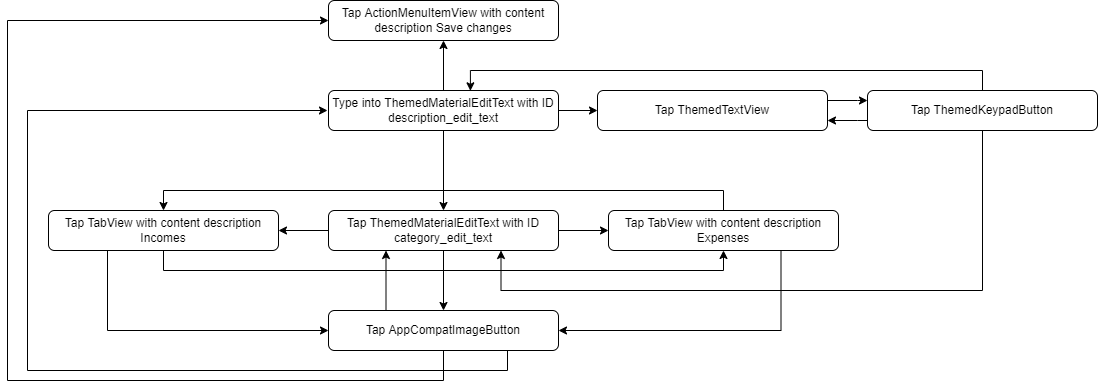
This is cs409_progress_report/p1.png from MirrorChu/Photos, a draw.io export, as it was before one commit. Source tidied: cells renumbered, new cells last; positions are measured from the earlier drawing's top-left corner, leaving out a move shared by most shapes. Source of this version:
```xml
<mxGraphModel>
  <root>
    <mxCell id="0" />
    <mxCell id="1" parent="0" />
    <mxCell id="2" style="edgeStyle=orthogonalEdgeStyle;rounded=0;jettySize=auto;html=1;entryX=1;entryY=0.75;entryDx=0;entryDy=0;fontSize=12;" parent="1" edge="1" source="5" target="26">
      <mxGeometry relative="1" as="geometry">
        <Array as="points">
          <mxPoint x="850" y="120" />
          <mxPoint x="850" y="120" />
        </Array>
      </mxGeometry>
    </mxCell>
    <mxCell id="3" style="edgeStyle=orthogonalEdgeStyle;rounded=0;jettySize=auto;html=1;entryX=0.617;entryY=0.008;entryDx=0;entryDy=0;entryPerimeter=0;fontSize=12;" parent="1" edge="1" source="5" target="10">
      <mxGeometry relative="1" as="geometry">
        <Array as="points">
          <mxPoint x="975" y="70" />
          <mxPoint x="463" y="70" />
        </Array>
      </mxGeometry>
    </mxCell>
    <mxCell id="4" style="edgeStyle=orthogonalEdgeStyle;rounded=0;jettySize=auto;html=1;entryX=0.75;entryY=1;entryDx=0;entryDy=0;fontSize=12;" parent="1" edge="1" source="5" target="14">
      <mxGeometry relative="1" as="geometry">
        <Array as="points">
          <mxPoint x="975" y="290" />
          <mxPoint x="494" y="290" />
        </Array>
      </mxGeometry>
    </mxCell>
    <mxCell id="5" value="Tap ThemedKeypadButton" style="rounded=1;whiteSpace=wrap;html=1;fontSize=12;glass=0;strokeWidth=1;shadow=0;" parent="1" vertex="1">
      <mxGeometry x="860" y="90" width="230" height="40" as="geometry" />
    </mxCell>
    <mxCell id="6" value="Tap ActionMenuItemView with content description Save changes" style="rounded=1;whiteSpace=wrap;html=1;fontSize=12;glass=0;strokeWidth=1;shadow=0;" parent="1" vertex="1">
      <mxGeometry x="321" width="230" height="40" as="geometry" />
    </mxCell>
    <mxCell id="7" style="edgeStyle=orthogonalEdgeStyle;rounded=0;jettySize=auto;html=1;entryX=0.5;entryY=1;entryDx=0;entryDy=0;fontSize=12;" parent="1" edge="1" source="10" target="6">
      <mxGeometry relative="1" as="geometry" />
    </mxCell>
    <mxCell id="8" style="edgeStyle=orthogonalEdgeStyle;rounded=0;jettySize=auto;html=1;entryX=0;entryY=0.5;entryDx=0;entryDy=0;fontSize=12;" parent="1" edge="1" source="10" target="26">
      <mxGeometry relative="1" as="geometry" />
    </mxCell>
    <mxCell id="9" style="edgeStyle=orthogonalEdgeStyle;rounded=0;jettySize=auto;html=1;entryX=0.5;entryY=0;entryDx=0;entryDy=0;fontSize=12;" parent="1" edge="1" source="10" target="14">
      <mxGeometry relative="1" as="geometry" />
    </mxCell>
    <mxCell id="10" value="Type into ThemedMaterialEditText with ID description_edit_text" style="rounded=1;whiteSpace=wrap;html=1;fontSize=12;glass=0;strokeWidth=1;shadow=0;" parent="1" vertex="1">
      <mxGeometry x="321" y="90" width="230" height="40" as="geometry" />
    </mxCell>
    <mxCell id="11" style="edgeStyle=orthogonalEdgeStyle;rounded=0;jettySize=auto;html=1;fontSize=12;" parent="1" edge="1" source="14" target="17">
      <mxGeometry relative="1" as="geometry" />
    </mxCell>
    <mxCell id="12" style="edgeStyle=orthogonalEdgeStyle;rounded=0;jettySize=auto;html=1;entryX=0;entryY=0.5;entryDx=0;entryDy=0;fontSize=12;" parent="1" edge="1" source="14" target="20">
      <mxGeometry relative="1" as="geometry" />
    </mxCell>
    <mxCell id="13" style="edgeStyle=orthogonalEdgeStyle;rounded=0;jettySize=auto;html=1;entryX=0.5;entryY=0;entryDx=0;entryDy=0;fontSize=12;" parent="1" edge="1" source="14" target="24">
      <mxGeometry relative="1" as="geometry" />
    </mxCell>
    <mxCell id="14" value="Tap ThemedMaterialEditText with ID category_edit_text" style="rounded=1;whiteSpace=wrap;html=1;fontSize=12;glass=0;strokeWidth=1;shadow=0;" parent="1" vertex="1">
      <mxGeometry x="321" y="210" width="230" height="40" as="geometry" />
    </mxCell>
    <mxCell id="15" style="edgeStyle=orthogonalEdgeStyle;rounded=0;jettySize=auto;html=1;fontSize=12;exitX=0.5;exitY=1;exitDx=0;exitDy=0;entryX=0.5;entryY=1;entryDx=0;entryDy=0;" parent="1" edge="1" source="17" target="20">
      <mxGeometry relative="1" as="geometry">
        <Array as="points">
          <mxPoint x="156" y="270" />
          <mxPoint x="716" y="270" />
        </Array>
      </mxGeometry>
    </mxCell>
    <mxCell id="16" style="edgeStyle=orthogonalEdgeStyle;rounded=0;jettySize=auto;html=1;entryX=0;entryY=0.5;entryDx=0;entryDy=0;fontSize=12;" parent="1" edge="1" source="17" target="24">
      <mxGeometry relative="1" as="geometry">
        <Array as="points">
          <mxPoint x="100" y="330" />
        </Array>
      </mxGeometry>
    </mxCell>
    <mxCell id="17" value="Tap TabView with content description Incomes" style="rounded=1;whiteSpace=wrap;html=1;fontSize=12;glass=0;strokeWidth=1;shadow=0;" parent="1" vertex="1">
      <mxGeometry x="41" y="210" width="230" height="40" as="geometry" />
    </mxCell>
    <mxCell id="18" style="edgeStyle=orthogonalEdgeStyle;rounded=0;jettySize=auto;html=1;entryX=0.5;entryY=0;entryDx=0;entryDy=0;fontSize=12;exitX=0.5;exitY=0;exitDx=0;exitDy=0;" parent="1" edge="1" source="20" target="17">
      <mxGeometry relative="1" as="geometry" />
    </mxCell>
    <mxCell id="19" style="edgeStyle=orthogonalEdgeStyle;rounded=0;jettySize=auto;html=1;entryX=1;entryY=0.5;entryDx=0;entryDy=0;fontSize=12;exitX=0.75;exitY=1;exitDx=0;exitDy=0;" parent="1" edge="1" source="20" target="24">
      <mxGeometry relative="1" as="geometry" />
    </mxCell>
    <mxCell id="20" value="Tap TabView with content description Expenses" style="rounded=1;whiteSpace=wrap;html=1;fontSize=12;glass=0;strokeWidth=1;shadow=0;" parent="1" vertex="1">
      <mxGeometry x="601" y="210" width="230" height="40" as="geometry" />
    </mxCell>
    <mxCell id="21" style="edgeStyle=orthogonalEdgeStyle;rounded=0;jettySize=auto;html=1;entryX=0;entryY=0.5;entryDx=0;entryDy=0;fontSize=12;" parent="1" edge="1" source="24" target="6">
      <mxGeometry relative="1" as="geometry">
        <Array as="points">
          <mxPoint x="436" y="380" />
          <mxPoint y="380" />
          <mxPoint y="20" />
        </Array>
      </mxGeometry>
    </mxCell>
    <mxCell id="22" style="edgeStyle=orthogonalEdgeStyle;rounded=0;jettySize=auto;html=1;exitX=0.75;exitY=1;exitDx=0;exitDy=0;fontSize=12;" parent="1" edge="1" source="24">
      <mxGeometry relative="1" as="geometry">
        <mxPoint x="320" y="110" as="targetPoint" />
        <Array as="points">
          <mxPoint x="500" y="350" />
          <mxPoint x="500" y="370" />
          <mxPoint x="20" y="370" />
          <mxPoint x="20" y="110" />
        </Array>
      </mxGeometry>
    </mxCell>
    <mxCell id="23" style="edgeStyle=orthogonalEdgeStyle;rounded=0;jettySize=auto;html=1;exitX=0.25;exitY=0;exitDx=0;exitDy=0;entryX=0.25;entryY=1;entryDx=0;entryDy=0;fontSize=12;" parent="1" edge="1" source="24" target="14">
      <mxGeometry relative="1" as="geometry" />
    </mxCell>
    <mxCell id="24" value="Tap AppCompatImageButton" style="rounded=1;whiteSpace=wrap;html=1;fontSize=12;glass=0;strokeWidth=1;shadow=0;" parent="1" vertex="1">
      <mxGeometry x="321" y="310" width="230" height="40" as="geometry" />
    </mxCell>
    <mxCell id="25" style="edgeStyle=orthogonalEdgeStyle;rounded=0;jettySize=auto;html=1;entryX=0;entryY=0.25;entryDx=0;entryDy=0;fontSize=12;" parent="1" edge="1" source="26" target="5">
      <mxGeometry relative="1" as="geometry">
        <Array as="points">
          <mxPoint x="850" y="100" />
          <mxPoint x="850" y="100" />
        </Array>
      </mxGeometry>
    </mxCell>
    <mxCell id="26" value="Tap ThemedTextView" style="rounded=1;whiteSpace=wrap;html=1;fontSize=12;glass=0;strokeWidth=1;shadow=0;" parent="1" vertex="1">
      <mxGeometry x="590" y="90" width="230" height="40" as="geometry" />
    </mxCell>
  </root>
</mxGraphModel>
```
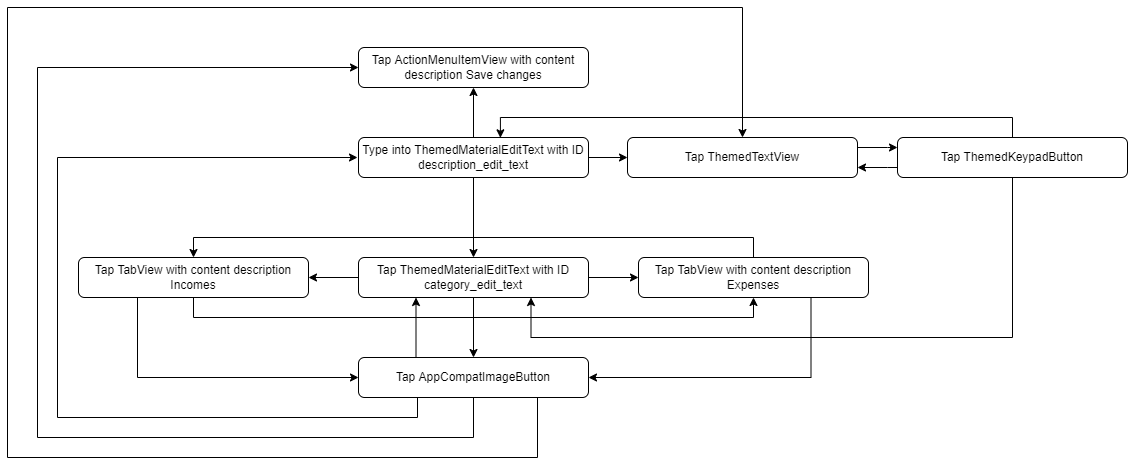
Later version of the same file.

Diff of the diagram source:
```diff
@@ -86,8 +86,8 @@
     <mxCell id="21" style="edgeStyle=orthogonalEdgeStyle;rounded=0;jettySize=auto;html=1;entryX=0;entryY=0.5;entryDx=0;entryDy=0;fontSize=12;" parent="1" edge="1" source="24" target="6">
       <mxGeometry relative="1" as="geometry">
         <Array as="points">
-          <mxPoint x="436" y="380" />
-          <mxPoint y="380" />
+          <mxPoint x="436" y="390" />
+          <mxPoint y="390" />
           <mxPoint y="20" />
         </Array>
       </mxGeometry>
@@ -96,8 +96,8 @@
       <mxGeometry relative="1" as="geometry">
         <mxPoint x="320" y="110" as="targetPoint" />
         <Array as="points">
-          <mxPoint x="500" y="350" />
-          <mxPoint x="500" y="370" />
+          <mxPoint x="380" y="350" />
+          <mxPoint x="380" y="370" />
           <mxPoint x="20" y="370" />
           <mxPoint x="20" y="110" />
         </Array>
@@ -106,6 +106,17 @@
     <mxCell id="23" style="edgeStyle=orthogonalEdgeStyle;rounded=0;jettySize=auto;html=1;exitX=0.25;exitY=0;exitDx=0;exitDy=0;entryX=0.25;entryY=1;entryDx=0;entryDy=0;fontSize=12;" parent="1" edge="1" source="24" target="14">
       <mxGeometry relative="1" as="geometry" />
     </mxCell>
+    <mxCell id="27" style="edgeStyle=orthogonalEdgeStyle;rounded=0;jettySize=auto;html=1;exitX=0.75;exitY=1;exitDx=0;exitDy=0;entryX=0.5;entryY=0;entryDx=0;entryDy=0;fontSize=12;" parent="1" edge="1" source="24" target="26">
+      <mxGeometry relative="1" as="geometry">
+        <Array as="points">
+          <mxPoint x="500" y="350" />
+          <mxPoint x="500" y="410" />
+          <mxPoint x="-30" y="410" />
+          <mxPoint x="-30" y="-40" />
+          <mxPoint x="705" y="-40" />
+        </Array>
+      </mxGeometry>
+    </mxCell>
     <mxCell id="24" value="Tap AppCompatImageButton" style="rounded=1;whiteSpace=wrap;html=1;fontSize=12;glass=0;strokeWidth=1;shadow=0;" parent="1" vertex="1">
       <mxGeometry x="321" y="310" width="230" height="40" as="geometry" />
     </mxCell>
```
